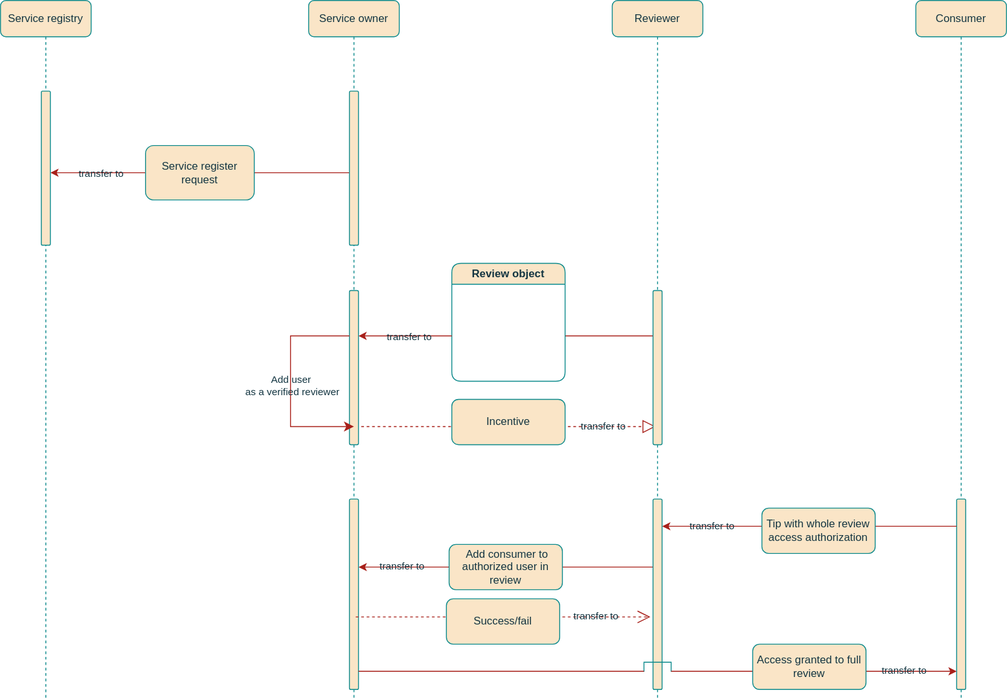
Above: Seq_Diagram.drawio.svg in devan-ko/rating_poc (draw.io), before the change. Source tidied: cells renumbered, new cells last; positions are measured from the earlier drawing's top-left corner, leaving out a move shared by most shapes.
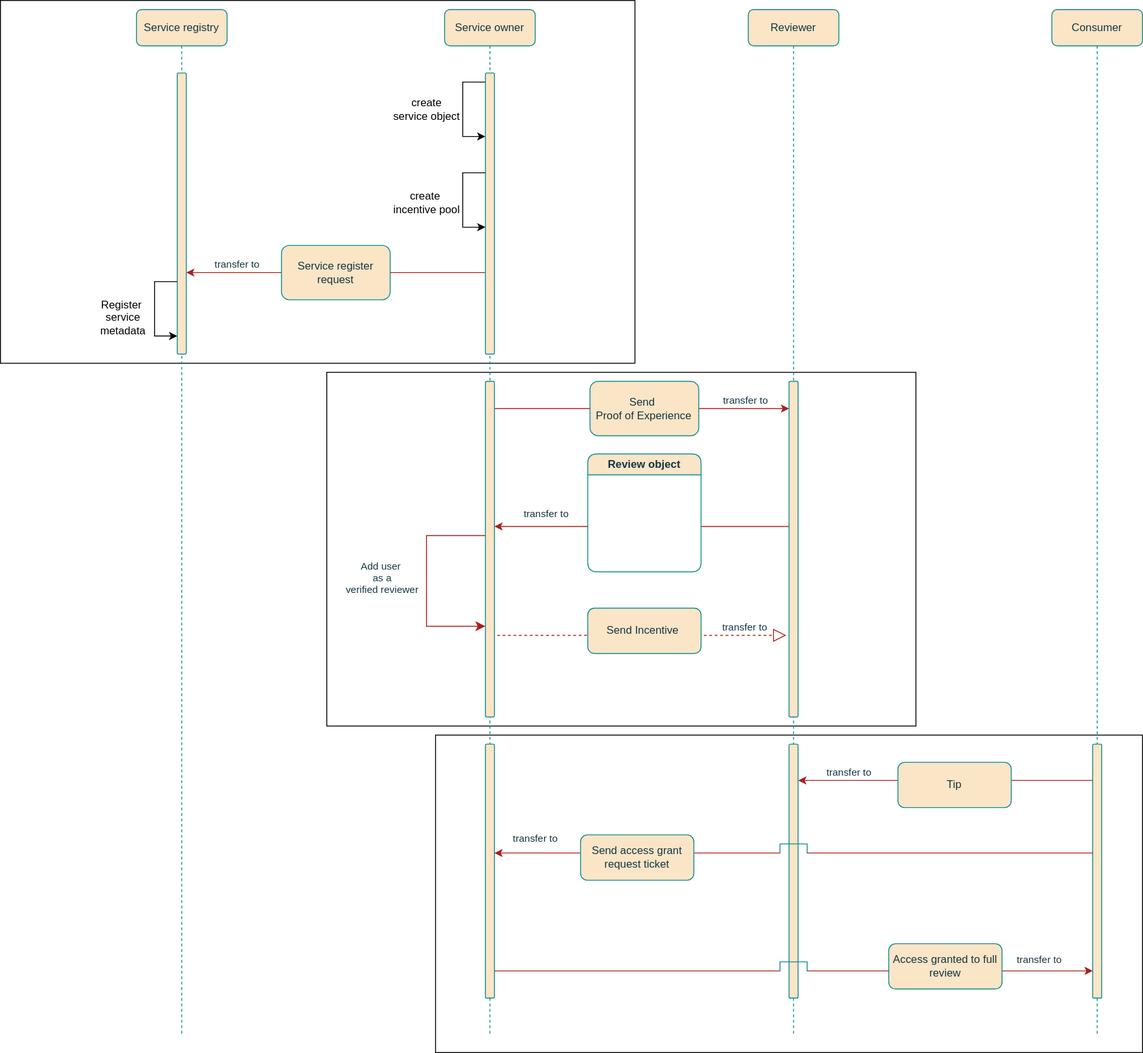
After the change.

Change to the diagram source:
```diff
@@ -4,5 +4,15 @@
     <mxCell id="1" parent="0" />
+    <mxCell id="40" style="rounded=0;whiteSpace=wrap;html=1;" parent="1" vertex="1">
+      <mxGeometry x="330" y="800" width="780" height="350" as="geometry" />
+    </mxCell>
+    <mxCell id="41" style="rounded=0;whiteSpace=wrap;html=1;" parent="1" vertex="1">
+      <mxGeometry x="210" y="400" width="650" height="390" as="geometry" />
+    </mxCell>
+    <mxCell id="42" style="rounded=0;whiteSpace=wrap;html=1;" parent="1" vertex="1">
+      <mxGeometry x="-150" y="-10" width="700" height="400" as="geometry" />
+    </mxCell>
-    <mxCell id="2" style="endArrow=classic;html=1;rounded=0;labelBackgroundColor=none;strokeColor=#A8201A;fontColor=default;" parent="1" edge="1" source="9">
+    <mxCell id="2" style="endArrow=classic;html=1;rounded=0;labelBackgroundColor=none;strokeColor=#A8201A;fontColor=default;" parent="1" edge="1">
       <mxGeometry relative="1" as="geometry">
-        <mxPoint x="55" y="190" as="targetPoint" />
+        <mxPoint x="385" y="290" as="sourcePoint" />
+        <mxPoint x="55" y="290" as="targetPoint" />
       </mxGeometry>
@@ -11,3 +21,3 @@
       <mxGeometry x="0.19" relative="1" as="geometry">
-        <mxPoint x="-78" as="offset" />
+        <mxPoint x="-78" y="-10" as="offset" />
       </mxGeometry>
@@ -16,4 +26,4 @@
       <mxGeometry relative="1" as="geometry">
-        <mxPoint x="392" y="470" as="sourcePoint" />
-        <mxPoint x="723" y="470" as="targetPoint" />
+        <mxPoint x="392" y="690" as="sourcePoint" />
+        <mxPoint x="717" y="690" as="targetPoint" />
       </mxGeometry>
@@ -21,21 +31,47 @@
     <mxCell id="5" value="transfer to" style="edgeLabel;html=1;align=center;verticalAlign=middle;labelBackgroundColor=none;fontColor=#143642;" parent="4" vertex="1">
-      <mxGeometry x="0.64" y="1" relative="1" as="geometry" />
+      <mxGeometry x="0.64" y="1" relative="1" as="geometry">
+        <mxPoint x="11" y="-9" as="offset" />
+      </mxGeometry>
     </mxCell>
     <mxCell id="6" value="Service owner" style="shape=umlLifeline;perimeter=lifelinePerimeter;whiteSpace=wrap;html=1;newEdgeStyle={&quot;edgeStyle&quot;:&quot;elbowEdgeStyle&quot;,&quot;elbow&quot;:&quot;vertical&quot;,&quot;curved&quot;:0,&quot;rounded&quot;:0};labelBackgroundColor=none;rounded=1;fillColor=#FAE5C7;strokeColor=#0F8B8D;fontColor=#143642;" parent="1" vertex="1">
-      <mxGeometry x="340" width="100" height="770" as="geometry" />
+      <mxGeometry x="340" width="100" height="1130" as="geometry" />
     </mxCell>
     <mxCell id="7" style="html=1;points=[[0,0,0,0,5],[0,1,0,0,-5],[1,0,0,0,5],[1,1,0,0,-5]];perimeter=orthogonalPerimeter;outlineConnect=0;targetShapes=umlLifeline;portConstraint=eastwest;newEdgeStyle={&quot;curved&quot;:0,&quot;rounded&quot;:0};labelBackgroundColor=none;rounded=1;fillColor=#FAE5C7;strokeColor=#0F8B8D;fontColor=#143642;" parent="6" vertex="1">
-      <mxGeometry x="45" y="320" width="10" height="170" as="geometry" />
+      <mxGeometry x="45" y="410" width="10" height="370" as="geometry" />
     </mxCell>
     <mxCell id="8" style="html=1;points=[[0,0,0,0,5],[0,1,0,0,-5],[1,0,0,0,5],[1,1,0,0,-5]];perimeter=orthogonalPerimeter;outlineConnect=0;targetShapes=umlLifeline;portConstraint=eastwest;newEdgeStyle={&quot;curved&quot;:0,&quot;rounded&quot;:0};labelBackgroundColor=none;rounded=1;fillColor=#FAE5C7;strokeColor=#0F8B8D;fontColor=#143642;" parent="6" vertex="1">
-      <mxGeometry x="45" y="550" width="10" height="210" as="geometry" />
+      <mxGeometry x="45" y="810" width="10" height="280" as="geometry" />
     </mxCell>
     <mxCell id="9" style="html=1;points=[[0,0,0,0,5],[0,1,0,0,-5],[1,0,0,0,5],[1,1,0,0,-5]];perimeter=orthogonalPerimeter;outlineConnect=0;targetShapes=umlLifeline;portConstraint=eastwest;newEdgeStyle={&quot;curved&quot;:0,&quot;rounded&quot;:0};labelBackgroundColor=none;rounded=1;fillColor=#FAE5C7;strokeColor=#0F8B8D;fontColor=#143642;" parent="6" vertex="1">
-      <mxGeometry x="45" y="100" width="10" height="170" as="geometry" />
+      <mxGeometry x="45" y="70" width="10" height="310" as="geometry" />
     </mxCell>
+    <mxCell id="43" style="endArrow=classic;html=1;rounded=0;" parent="6" edge="1" target="9">
+      <mxGeometry relative="1" as="geometry">
+        <mxPoint x="45" y="80" as="sourcePoint" />
+        <Array as="points">
+          <mxPoint x="30" y="80" />
+          <mxPoint x="20" y="80" />
+          <mxPoint x="20" y="90" />
+          <mxPoint x="20" y="100" />
+          <mxPoint x="20" y="140" />
+        </Array>
+      </mxGeometry>
+    </mxCell>
+    <mxCell id="44" style="endArrow=classic;html=1;rounded=0;" parent="6" edge="1" target="9">
+      <mxGeometry relative="1" as="geometry">
+        <mxPoint x="45" y="180" as="sourcePoint" />
+        <Array as="points">
+          <mxPoint x="30" y="180" />
+          <mxPoint x="20" y="180" />
+          <mxPoint x="20" y="190" />
+          <mxPoint x="20" y="200" />
+          <mxPoint x="20" y="240" />
+        </Array>
+      </mxGeometry>
+    </mxCell>
     <mxCell id="10" value="Consumer" style="shape=umlLifeline;perimeter=lifelinePerimeter;whiteSpace=wrap;html=1;newEdgeStyle={&quot;edgeStyle&quot;:&quot;elbowEdgeStyle&quot;,&quot;elbow&quot;:&quot;vertical&quot;,&quot;curved&quot;:0,&quot;rounded&quot;:0};labelBackgroundColor=none;rounded=1;fillColor=#FAE5C7;strokeColor=#0F8B8D;fontColor=#143642;" parent="1" vertex="1">
-      <mxGeometry x="1010" width="100" height="770" as="geometry" />
+      <mxGeometry x="1010" width="100" height="1130" as="geometry" />
     </mxCell>
     <mxCell id="11" style="html=1;perimeter=orthogonalPerimeter;targetShapes=umlLifeline;newEdgeStyle={&quot;curved&quot;:0,&quot;rounded&quot;:0};labelBackgroundColor=none;rounded=1;fillColor=#FAE5C7;strokeColor=#0F8B8D;fontColor=#143642;" parent="10" vertex="1">
-      <mxGeometry x="45" y="550" width="10" height="210" as="geometry" />
+      <mxGeometry x="45" y="810" width="10" height="280" as="geometry" />
     </mxCell>
@@ -43,4 +79,4 @@
       <mxGeometry relative="1" as="geometry">
-        <mxPoint x="623" y="370" as="sourcePoint" />
-        <mxPoint x="723" y="370" as="targetPoint" />
+        <mxPoint x="622.9" y="570" as="sourcePoint" />
+        <mxPoint x="722.9" y="570" as="targetPoint" />
       </mxGeometry>
@@ -48,3 +84,3 @@
     <mxCell id="13" value="Review object" style="swimlane;whiteSpace=wrap;html=1;labelBackgroundColor=none;rounded=1;fillColor=#FAE5C7;strokeColor=#0F8B8D;fontColor=#143642;" parent="1" vertex="1">
-      <mxGeometry x="498" y="290" width="125" height="130" as="geometry" />
+      <mxGeometry x="497.9" y="490" width="125" height="130" as="geometry" />
     </mxCell>
@@ -57,7 +93,7 @@
       <mxGeometry x="0.26" y="4" relative="1" as="geometry">
-        <mxPoint x="18" y="-4" as="offset" />
+        <mxPoint x="18" y="-19" as="offset" />
       </mxGeometry>
     </mxCell>
-    <mxCell id="16" value="Incentive" style="html=1;whiteSpace=wrap;labelBackgroundColor=none;rounded=1;fillColor=#FAE5C7;strokeColor=#0F8B8D;fontColor=#143642;" parent="1" vertex="1">
-      <mxGeometry x="498" y="440" width="125" height="50" as="geometry" />
+    <mxCell id="16" value="Send Incentive&amp;nbsp;" style="html=1;whiteSpace=wrap;labelBackgroundColor=none;rounded=1;fillColor=#FAE5C7;strokeColor=#0F8B8D;fontColor=#143642;" parent="1" vertex="1">
+      <mxGeometry x="497.9" y="660" width="125" height="50" as="geometry" />
     </mxCell>
@@ -65,4 +101,4 @@
       <mxGeometry relative="1" as="geometry">
-        <mxPoint x="1054.9" y="580" as="sourcePoint" />
-        <mxPoint x="730.1" y="580" as="targetPoint" />
+        <mxPoint x="1054.9" y="850" as="sourcePoint" />
+        <mxPoint x="730.1" y="850" as="targetPoint" />
       </mxGeometry>
@@ -70,22 +106,6 @@
     <mxCell id="18" value="transfer to" style="edgeLabel;html=1;align=center;verticalAlign=middle;labelBackgroundColor=none;fontColor=#143642;" parent="17" vertex="1">
-      <mxGeometry x="0.66" y="-1" relative="1" as="geometry" />
+      <mxGeometry x="0.66" y="-1" relative="1" as="geometry">
+        <mxPoint y="-9" as="offset" />
+      </mxGeometry>
     </mxCell>
-    <mxCell id="19" style="endArrow=classic;html=1;rounded=1;jumpStyle=none;jumpSize=0;labelBackgroundColor=none;fontColor=default;strokeColor=#A8201A;" parent="1" edge="1">
-      <mxGeometry relative="1" as="geometry">
-        <mxPoint x="719.9" y="625" as="sourcePoint" />
-        <mxPoint x="395.1" y="625" as="targetPoint" />
-      </mxGeometry>
-    </mxCell>
-    <mxCell id="20" value="transfer to" style="edgeLabel;html=1;align=center;verticalAlign=middle;labelBackgroundColor=none;fontColor=#143642;" parent="19" vertex="1">
-      <mxGeometry x="0.71" y="-2" relative="1" as="geometry" />
-    </mxCell>
-    <mxCell id="21" style="endArrow=open;endSize=12;dashed=1;html=1;rounded=1;jumpStyle=none;jumpSize=0;labelBackgroundColor=none;fontColor=default;strokeColor=#A8201A;" parent="1" edge="1">
-      <mxGeometry relative="1" as="geometry">
-        <mxPoint x="392" y="680" as="sourcePoint" />
-        <mxPoint x="717" y="680" as="targetPoint" />
-      </mxGeometry>
-    </mxCell>
-    <mxCell id="22" value="transfer to" style="edgeLabel;html=1;align=center;verticalAlign=middle;labelBackgroundColor=none;fontColor=#143642;" parent="21" vertex="1">
-      <mxGeometry x="0.62" y="2" relative="1" as="geometry" />
-    </mxCell>
     <mxCell id="23" style="endArrow=classic;html=1;rounded=1;jumpStyle=arc;jumpSize=30;labelBackgroundColor=none;fontColor=default;strokeColor=#A8201A;" parent="1" edge="1">
@@ -97,21 +117,15 @@
     <mxCell id="24" value="Reviewer" style="shape=umlLifeline;perimeter=lifelinePerimeter;whiteSpace=wrap;html=1;newEdgeStyle={&quot;edgeStyle&quot;:&quot;elbowEdgeStyle&quot;,&quot;elbow&quot;:&quot;vertical&quot;,&quot;curved&quot;:0,&quot;rounded&quot;:0};strokeOpacity=100;labelBackgroundColor=none;rounded=1;fillColor=#FAE5C7;strokeColor=#0F8B8D;fontColor=#143642;" parent="1" vertex="1">
-      <mxGeometry x="675" width="100" height="770" as="geometry" />
+      <mxGeometry x="675" width="100" height="1130" as="geometry" />
     </mxCell>
     <mxCell id="25" style="html=1;perimeter=orthogonalPerimeter;targetShapes=umlLifeline;newEdgeStyle={&quot;curved&quot;:0,&quot;rounded&quot;:0};labelBackgroundColor=none;rounded=1;fillColor=#FAE5C7;strokeColor=#0F8B8D;fontColor=#143642;" parent="24" vertex="1">
-      <mxGeometry x="45" y="320" width="10" height="170" as="geometry" />
+      <mxGeometry x="45" y="410" width="10" height="370" as="geometry" />
     </mxCell>
     <mxCell id="26" style="html=1;perimeter=orthogonalPerimeter;targetShapes=umlLifeline;newEdgeStyle={&quot;curved&quot;:0,&quot;rounded&quot;:0};labelBackgroundColor=none;rounded=1;fillColor=#FAE5C7;strokeColor=#0F8B8D;fontColor=#143642;" parent="24" vertex="1">
-      <mxGeometry x="45" y="550" width="10" height="210" as="geometry" />
+      <mxGeometry x="45" y="810" width="10" height="280" as="geometry" />
     </mxCell>
-    <mxCell id="27" value="Tip with whole review access authorization" style="html=1;whiteSpace=wrap;labelBackgroundColor=none;rounded=1;fillColor=#FAE5C7;strokeColor=#0F8B8D;fontColor=#143642;" parent="1" vertex="1">
-      <mxGeometry x="840.1" y="560" width="125" height="50" as="geometry" />
+    <mxCell id="27" value="Tip" style="html=1;whiteSpace=wrap;labelBackgroundColor=none;rounded=1;fillColor=#FAE5C7;strokeColor=#0F8B8D;fontColor=#143642;" parent="1" vertex="1">
+      <mxGeometry x="840.1" y="830" width="125" height="50" as="geometry" />
     </mxCell>
-    <mxCell id="28" value="&amp;nbsp;Add consumer to authorized user in review" style="html=1;whiteSpace=wrap;labelBackgroundColor=none;rounded=1;fillColor=#FAE5C7;strokeColor=#0F8B8D;fontColor=#143642;" parent="1" vertex="1">
-      <mxGeometry x="495" y="600" width="125" height="50" as="geometry" />
-    </mxCell>
-    <mxCell id="29" value="Success/fail" style="html=1;whiteSpace=wrap;labelBackgroundColor=none;rounded=1;fillColor=#FAE5C7;strokeColor=#0F8B8D;fontColor=#143642;" parent="1" vertex="1">
-      <mxGeometry x="492" y="660" width="125" height="50" as="geometry" />
-    </mxCell>
     <mxCell id="30" style="shape=partialRectangle;whiteSpace=wrap;html=1;bottom=1;right=1;left=1;top=0;fillColor=none;routingCenterX=-0.5;direction=west;labelBackgroundColor=none;rounded=1;strokeColor=#0F8B8D;fontColor=#143642;" parent="1" vertex="1">
-      <mxGeometry x="710" y="730" width="30" height="10" as="geometry" />
+      <mxGeometry x="710" y="1050" width="30" height="10" as="geometry" />
     </mxCell>
@@ -119,3 +133,3 @@
       <mxGeometry relative="1" as="geometry">
-        <mxPoint x="395" y="740" as="sourcePoint" />
+        <mxPoint x="395" y="1060" as="sourcePoint" />
       </mxGeometry>
@@ -124,4 +138,4 @@
       <mxGeometry relative="1" as="geometry">
-        <mxPoint x="740" y="740" as="sourcePoint" />
-        <mxPoint x="1055" y="740" as="targetPoint" />
+        <mxPoint x="740" y="1060" as="sourcePoint" />
+        <mxPoint x="1055" y="1060" as="targetPoint" />
       </mxGeometry>
@@ -129,18 +143,21 @@
     <mxCell id="33" value="transfer to" style="edgeLabel;html=1;align=center;verticalAlign=middle;labelBackgroundColor=none;fontColor=#143642;" parent="32" vertex="1">
-      <mxGeometry x="0.63" y="2" relative="1" as="geometry" />
+      <mxGeometry x="0.63" y="2" relative="1" as="geometry">
+        <mxPoint y="-11" as="offset" />
+      </mxGeometry>
     </mxCell>
     <mxCell id="34" value="Access granted to full review" style="html=1;whiteSpace=wrap;labelBackgroundColor=none;rounded=1;fillColor=#FAE5C7;strokeColor=#0F8B8D;fontColor=#143642;" parent="1" vertex="1">
-      <mxGeometry x="830" y="710" width="125" height="50" as="geometry" />
+      <mxGeometry x="830" y="1030" width="125" height="50" as="geometry" />
     </mxCell>
     <mxCell id="35" value="Service registry" style="shape=umlLifeline;perimeter=lifelinePerimeter;whiteSpace=wrap;html=1;newEdgeStyle={&quot;edgeStyle&quot;:&quot;elbowEdgeStyle&quot;,&quot;elbow&quot;:&quot;vertical&quot;,&quot;curved&quot;:0,&quot;rounded&quot;:0};labelBackgroundColor=none;rounded=1;fillColor=#FAE5C7;strokeColor=#0F8B8D;fontColor=#143642;" parent="1" vertex="1">
-      <mxGeometry width="100" height="770" as="geometry" />
+      <mxGeometry width="100" height="1130" as="geometry" />
     </mxCell>
     <mxCell id="36" style="html=1;perimeter=orthogonalPerimeter;targetShapes=umlLifeline;newEdgeStyle={&quot;curved&quot;:0,&quot;rounded&quot;:0};labelBackgroundColor=none;rounded=1;fillColor=#FAE5C7;strokeColor=#0F8B8D;fontColor=#143642;" parent="35" vertex="1">
-      <mxGeometry x="45" y="100" width="10" height="170" as="geometry" />
+      <mxGeometry x="45" y="70" width="10" height="310" as="geometry" />
     </mxCell>
-    <mxCell id="37" style="edgeStyle=elbowEdgeStyle;endArrow=classic;html=1;rounded=0;endSize=8;startSize=8;labelBackgroundColor=none;strokeColor=#A8201A;fontColor=default;" parent="1" edge="1" source="7">
+    <mxCell id="37" style="edgeStyle=elbowEdgeStyle;endArrow=classic;html=1;rounded=0;endSize=8;startSize=8;labelBackgroundColor=none;strokeColor=#A8201A;fontColor=default;" parent="1" edge="1">
       <mxGeometry relative="1" as="geometry">
-        <mxPoint x="390" y="470" as="targetPoint" />
+        <mxPoint x="385" y="580" as="sourcePoint" />
+        <mxPoint x="385" y="680" as="targetPoint" />
         <Array as="points">
-          <mxPoint x="320" y="370" />
+          <mxPoint x="320" y="580" />
         </Array>
@@ -148,8 +165,66 @@
     </mxCell>
-    <mxCell id="38" value="Add user&amp;nbsp;&lt;br&gt;as a verified reviewer" style="edgeLabel;html=1;align=center;verticalAlign=middle;labelBackgroundColor=none;fontColor=#143642;" parent="37" vertex="1">
-      <mxGeometry x="0.01" y="1" relative="1" as="geometry" />
+    <mxCell id="38" value="Add user&amp;nbsp;&lt;br&gt;as a &lt;br&gt;verified reviewer" style="edgeLabel;html=1;align=center;verticalAlign=middle;labelBackgroundColor=none;fontColor=#143642;" parent="37" vertex="1">
+      <mxGeometry x="0.01" y="1" relative="1" as="geometry">
+        <mxPoint x="-51" y="-4" as="offset" />
+      </mxGeometry>
     </mxCell>
     <mxCell id="39" value="Service register request" style="rounded=1;whiteSpace=wrap;html=1;labelBackgroundColor=none;fillColor=#FAE5C7;strokeColor=#0F8B8D;fontColor=#143642;" parent="1" vertex="1">
-      <mxGeometry x="160" y="160" width="120" height="60" as="geometry" />
+      <mxGeometry x="160" y="260" width="120" height="60" as="geometry" />
     </mxCell>
+    <mxCell id="45" value="create&lt;br&gt;service object" style="text;html=1;align=center;verticalAlign=middle;strokeColor=none;fillColor=none;" parent="1" vertex="1">
+      <mxGeometry x="270" y="90" width="100" height="40" as="geometry" />
+    </mxCell>
+    <mxCell id="46" value="create&amp;nbsp;&lt;br&gt;incentive pool" style="text;html=1;align=center;verticalAlign=middle;strokeColor=none;fillColor=none;" parent="1" vertex="1">
+      <mxGeometry x="270" y="193" width="100" height="40" as="geometry" />
+    </mxCell>
+    <mxCell id="47" style="endArrow=classic;html=1;rounded=0;" parent="1" edge="1">
+      <mxGeometry relative="1" as="geometry">
+        <mxPoint x="45" y="300" as="sourcePoint" />
+        <mxPoint x="45" y="360" as="targetPoint" />
+        <Array as="points">
+          <mxPoint x="30" y="300" />
+          <mxPoint x="20" y="300" />
+          <mxPoint x="20" y="310" />
+          <mxPoint x="20" y="320" />
+          <mxPoint x="20" y="360" />
+        </Array>
+      </mxGeometry>
+    </mxCell>
+    <mxCell id="48" value="Register&amp;nbsp;&lt;br&gt;service &lt;br&gt;metadata" style="text;html=1;align=center;verticalAlign=middle;strokeColor=none;fillColor=none;" parent="1" vertex="1">
+      <mxGeometry x="-50" y="310" width="70" height="60" as="geometry" />
+    </mxCell>
+    <mxCell id="49" style="shape=partialRectangle;whiteSpace=wrap;html=1;bottom=1;right=1;left=1;top=0;fillColor=none;routingCenterX=-0.5;direction=west;labelBackgroundColor=none;rounded=1;strokeColor=#0F8B8D;fontColor=#143642;flipV=0;" parent="1" vertex="1">
+      <mxGeometry x="710" y="920" width="30" height="10" as="geometry" />
+    </mxCell>
+    <mxCell id="50" style="endArrow=none;html=1;rounded=1;entryX=1;entryY=0;entryDx=0;entryDy=0;labelBackgroundColor=none;fontColor=default;strokeColor=#A8201A;startArrow=classic;startFill=1;" parent="1" edge="1" source="8" target="49">
+      <mxGeometry relative="1" as="geometry" />
+    </mxCell>
+    <mxCell id="51" style="endArrow=none;html=1;rounded=1;labelBackgroundColor=none;fontColor=default;strokeColor=#A8201A;endFill=0;" parent="1" edge="1">
+      <mxGeometry relative="1" as="geometry">
+        <mxPoint x="740" y="930" as="sourcePoint" />
+        <mxPoint x="1055" y="930" as="targetPoint" />
+      </mxGeometry>
+    </mxCell>
+    <mxCell id="52" value="transfer to" style="edgeLabel;html=1;align=center;verticalAlign=middle;labelBackgroundColor=none;fontColor=#143642;" parent="51" vertex="1">
+      <mxGeometry x="0.63" y="2" relative="1" as="geometry">
+        <mxPoint x="-556" y="-15" as="offset" />
+      </mxGeometry>
+    </mxCell>
+    <mxCell id="53" value="Send access grant request ticket" style="html=1;whiteSpace=wrap;labelBackgroundColor=none;rounded=1;fillColor=#FAE5C7;strokeColor=#0F8B8D;fontColor=#143642;" parent="1" vertex="1">
+      <mxGeometry x="490" y="910" width="125" height="50" as="geometry" />
+    </mxCell>
+    <mxCell id="54" style="endArrow=classic;html=1;rounded=0;labelBackgroundColor=none;strokeColor=#A8201A;fontColor=default;" parent="1" edge="1">
+      <mxGeometry relative="1" as="geometry">
+        <mxPoint x="395.4" y="440" as="sourcePoint" />
+        <mxPoint x="720" y="440" as="targetPoint" />
+      </mxGeometry>
+    </mxCell>
+    <mxCell id="55" value="transfer to" style="edgeLabel;html=1;align=center;verticalAlign=middle;labelBackgroundColor=none;fontColor=#143642;" parent="54" vertex="1">
+      <mxGeometry x="0.19" relative="1" as="geometry">
+        <mxPoint x="83" y="-10" as="offset" />
+      </mxGeometry>
+    </mxCell>
+    <mxCell id="56" value="Send&amp;nbsp;&lt;br&gt;Proof of Experience" style="rounded=1;whiteSpace=wrap;html=1;labelBackgroundColor=none;fillColor=#FAE5C7;strokeColor=#0F8B8D;fontColor=#143642;" parent="1" vertex="1">
+      <mxGeometry x="500.4" y="410" width="120" height="60" as="geometry" />
+    </mxCell>
   </root>
```
